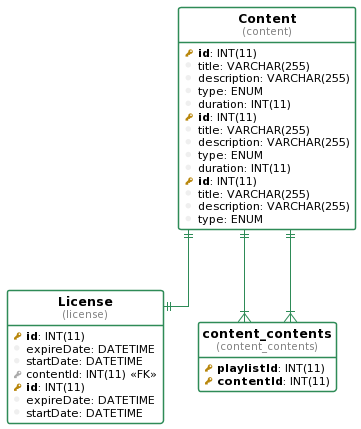
vberistain/nestjs-graphql-typeorm-sti keeps this PlantUML diagram as uml.png. Above is the earlier version.
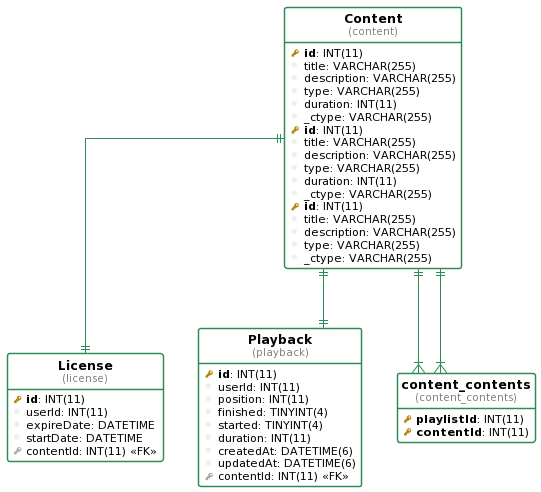
Later version of the same file.

The edit, as a diff of the source:
```diff
@@ -25,8 +25,21 @@
 
 table( License, license ) as license {
   pkey( id ): INT(11)
+  column( userId ): INT(11)
   column( expireDate ): DATETIME
   column( startDate ): DATETIME
+  fkey( contentId ): INT(11) <<FK>>
+}
+
+table( Playback, playback ) as playback {
+  pkey( id ): INT(11)
+  column( userId ): INT(11)
+  column( position ): INT(11)
+  column( finished ): TINYINT(4)
+  column( started ): TINYINT(4)
+  column( duration ): INT(11)
+  column( createdAt ): DATETIME(6)
+  column( updatedAt ): DATETIME(6)
   fkey( contentId ): INT(11) <<FK>>
 }
 
@@ -34,29 +47,26 @@
   pkey( id ): INT(11)
   column( title ): VARCHAR(255)
   column( description ): VARCHAR(255)
-  column( type ): ENUM
+  column( type ): VARCHAR(255)
   column( duration ): INT(11)
+  column( _ctype ): VARCHAR(255)
 }
 
 table( Movie, content ) as content {
   pkey( id ): INT(11)
   column( title ): VARCHAR(255)
   column( description ): VARCHAR(255)
-  column( type ): ENUM
+  column( type ): VARCHAR(255)
   column( duration ): INT(11)
+  column( _ctype ): VARCHAR(255)
 }
 
 table( Playlist, content ) as content {
   pkey( id ): INT(11)
   column( title ): VARCHAR(255)
   column( description ): VARCHAR(255)
-  column( type ): ENUM
-}
-
-table( License, license ) as license {
-  pkey( id ): INT(11)
-  column( expireDate ): DATETIME
-  column( startDate ): DATETIME
+  column( type ): VARCHAR(255)
+  column( _ctype ): VARCHAR(255)
 }
 
 table( content_contents, content_contents ) as content_contents {
@@ -65,6 +75,7 @@
 }
 
 "content" ||--|| "license"
+"content" ||--|| "playback"
 "content" ||--|{ "content_contents"
 "content" ||--|{ "content_contents"
 @enduml
```
